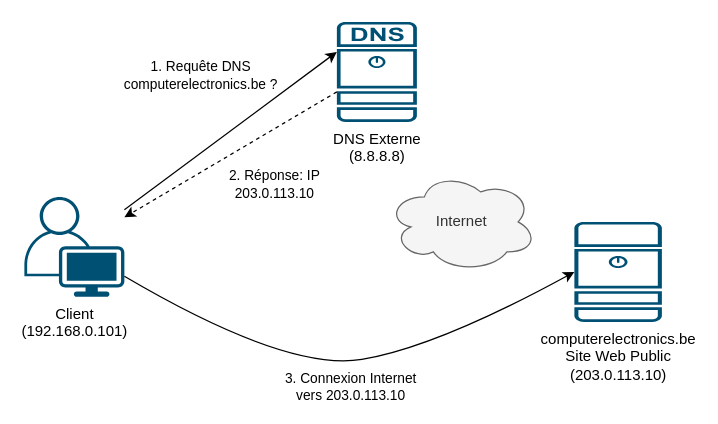
Above: diagrams/dns_resolution_computerelectronics.drawio in choquitofrito/ActiveDirectory (draw.io), before the change. Source tidied: cells renumbered, new cells numbered last; positions are measured from the earlier drawing's top-left corner, leaving out a move shared by most shapes. Both pictures are drawn from the tidied source at 125%, with x=0, y=0 at pixel (24, 21).
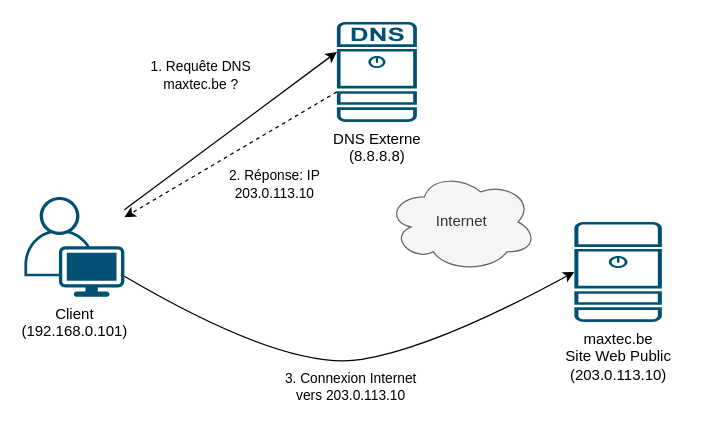
Above is the later version.

Diff of the diagram source:
```diff
@@
 <mxGraphModel>
   <root>
     <mxCell id="0" />
     <mxCell id="1" parent="0" />
     <mxCell id="2" value="Client&#10;(192.168.0.101)" style="points=[[0.35,0,0],[0.98,0.51,0],[1,0.71,0],[0.67,1,0],[0,0.795,0],[0,0.65,0]];verticalLabelPosition=bottom;sketch=0;html=1;verticalAlign=top;align=center;shape=mxgraph.cisco19.user;fillColor=#005073;strokeColor=none;" parent="1" vertex="1">
       <mxGeometry y="140" width="80" height="80" as="geometry" />
     </mxCell>
     <mxCell id="3" value="DNS Externe&#10;(8.8.8.8)" style="points=[[0.015,0.015,0],[0.985,0.015,0],[0.985,0.985,0],[0.015,0.985,0],[0.25,0,0],[0.5,0,0],[0.75,0,0],[1,0.25,0],[1,0.5,0],[1,0.75,0],[0.75,1,0],[0.5,1,0],[0.25,1,0],[0,0.75,0],[0,0.5,0],[0,0.25,0]];verticalLabelPosition=bottom;html=1;verticalAlign=top;align=center;shape=mxgraph.cisco19.dns_server;fillColor=#005073;strokeColor=none;" parent="1" vertex="1">
       <mxGeometry x="250" width="64" height="80" as="geometry" />
     </mxCell>
-    <mxCell id="4" value="computerelectronics.be&#10;Site Web Public&#10;(203.0.113.10)" style="points=[[0.015,0.015,0],[0.985,0.015,0],[0.985,0.985,0],[0.015,0.985,0],[0.25,0,0],[0.5,0,0],[0.75,0,0],[1,0.25,0],[1,0.5,0],[1,0.75,0],[0.75,1,0],[0.5,1,0],[0.25,1,0],[0,0.75,0],[0,0.5,0],[0,0.25,0]];verticalLabelPosition=bottom;html=1;verticalAlign=top;align=center;shape=mxgraph.cisco19.server;fillColor=#005073;strokeColor=none;" parent="1" vertex="1">
+    <mxCell id="4" value="maxtec.be&#10;Site Web Public&#10;(203.0.113.10)" style="points=[[0.015,0.015,0],[0.985,0.015,0],[0.985,0.985,0],[0.015,0.985,0],[0.25,0,0],[0.5,0,0],[0.75,0,0],[1,0.25,0],[1,0.5,0],[1,0.75,0],[0.75,1,0],[0.5,1,0],[0.25,1,0],[0,0.75,0],[0,0.5,0],[0,0.25,0]];verticalLabelPosition=bottom;html=1;verticalAlign=top;align=center;shape=mxgraph.cisco19.server;fillColor=#005073;strokeColor=none;" parent="1" vertex="1">
       <mxGeometry x="440" y="160" width="70" height="80" as="geometry" />
     </mxCell>
-    <mxCell id="5" value="1. Requête DNS&#10;computerelectronics.be ?" style="endArrow=classic;html=1;entryX=0;entryY=0.3;entryDx=0;entryDy=0;" parent="1" edge="1" source="2" target="3">
+    <mxCell id="5" value="1. Requête DNS&#10;maxtec.be ?" style="endArrow=classic;html=1;entryX=0;entryY=0.3;entryDx=0;entryDy=0;" parent="1" edge="1" source="2" target="3">
       <mxGeometry x="0.07" y="50" relative="1" as="geometry" />
     </mxCell>
     <mxCell id="6" value="2. Réponse: IP&#10;203.0.113.10" style="endArrow=classic;html=1;exitX=0;exitY=0.7;exitDx=0;exitDy=0;dashed=1;" parent="1" edge="1" source="3" target="2">
       <mxGeometry x="-0.18" y="38" relative="1" as="geometry" />
     </mxCell>
     <mxCell id="7" value="3. Connexion Internet&#10;vers 203.0.113.10" style="endArrow=classic;html=1;curved=1;entryX=0;entryY=0.5;entryDx=0;entryDy=0;" parent="1" edge="1" source="2" target="4">
       <mxGeometry y="-20" relative="1" as="geometry">
         <Array as="points">
           <mxPoint x="210" y="280" />
           <mxPoint x="330" y="260" />
         </Array>
       </mxGeometry>
     </mxCell>
     <mxCell id="8" value="Internet" style="ellipse;shape=cloud;whiteSpace=wrap;html=1;fillColor=#f5f5f5;strokeColor=#666666;fontColor=#333333;" parent="1" vertex="1">
       <mxGeometry x="290" y="120" width="120" height="80" as="geometry" />
     </mxCell>
   </root>
 </mxGraphModel>
```
